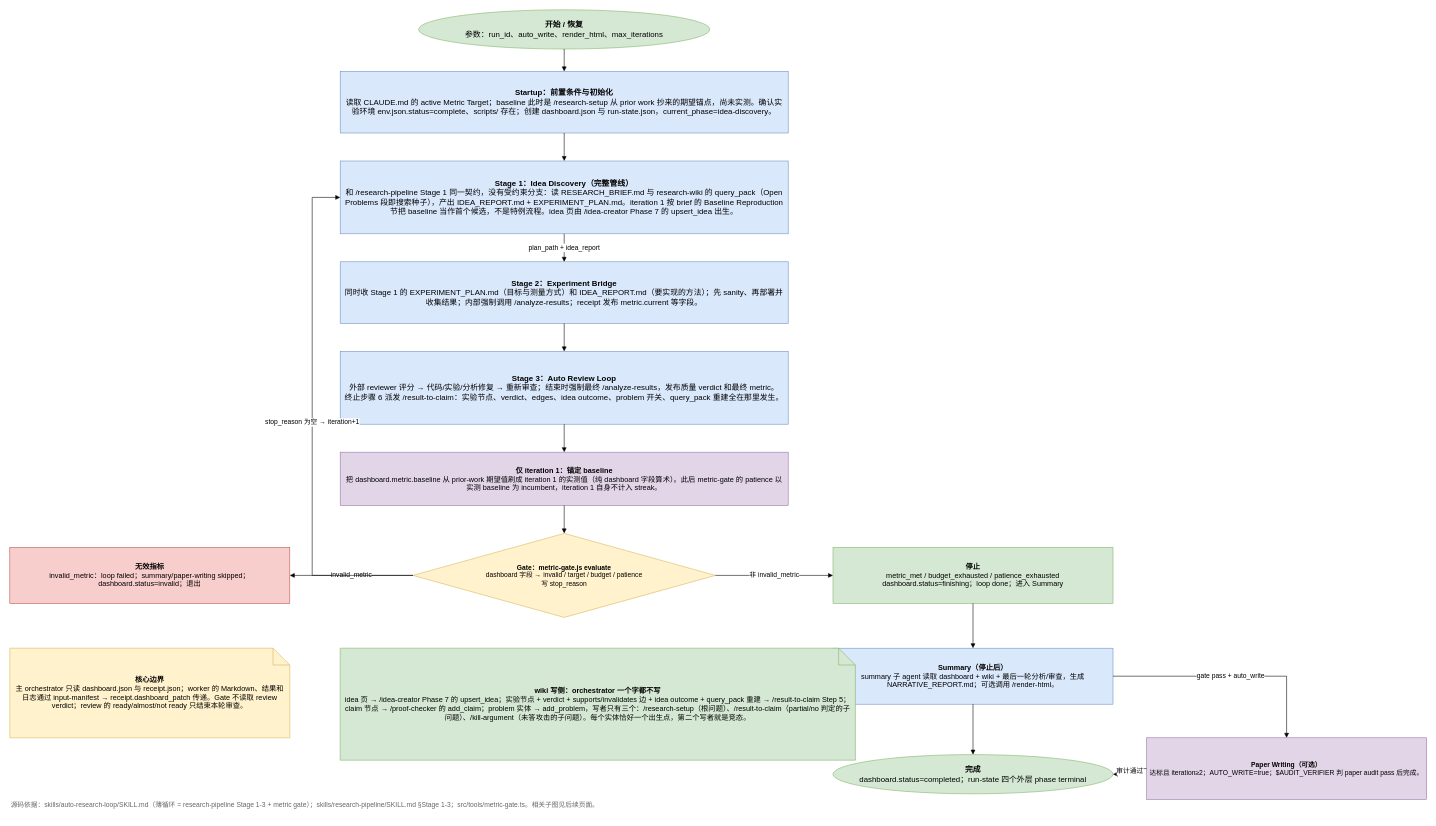
justforyou16007/paseo keeps this draw.io diagram as page "00 总流程" (1 of 12) of packages/Auto-claude-code-research-in-sleep/docs/auto-research-loop-flow.drawio. Above is the earlier version. Source tidied: cells renumbered, new cells numbered last; positions are measured from the earlier drawing's top-left corner, leaving out a move shared by most shapes. Both pictures are drawn from the tidied source at 56%, with x=0, y=0 at pixel (10, 10).
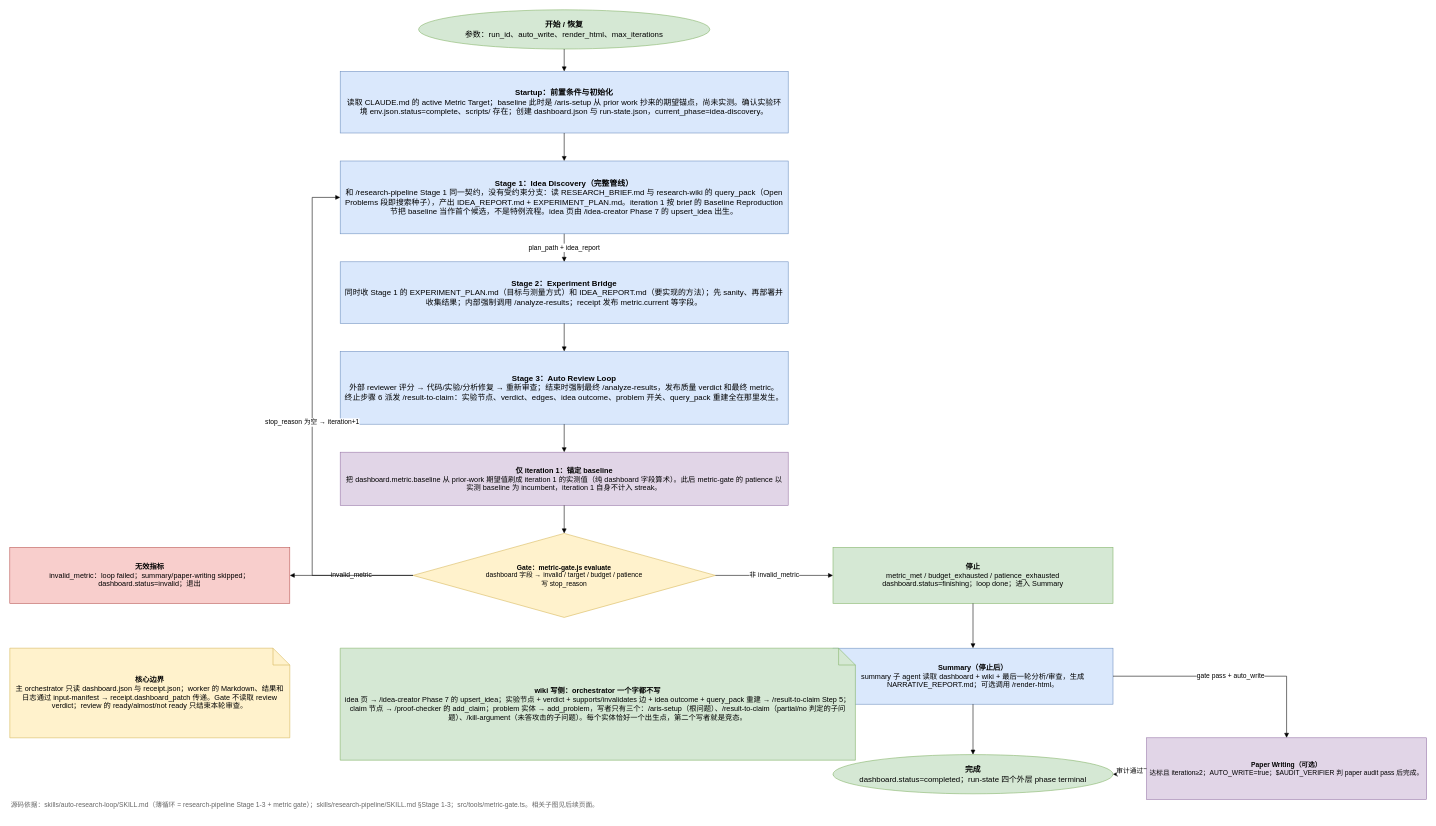
Above is the later version.

What changed in the source:
```diff
@@
-    <mxCell id="3" value="&lt;b&gt;Startup：前置条件与初始化&lt;/b&gt;&lt;br&gt;读取 CLAUDE.md 的 active Metric Target；baseline 此时是 /research-setup 从 prior work 抄来的期望锚点，尚未实测。确认实验环境 env.json.status=complete、scripts/ 存在；创建 dashboard.json 与 run-state.json，current_phase=idea-discovery。" style="rounded=0;whiteSpace=wrap;html=1;fillColor=#dae8fc;strokeColor=#6c8ebf;fontSize=14;spacing=8;" parent="1" vertex="1">
+    <mxCell id="3" value="&lt;b&gt;Startup：前置条件与初始化&lt;/b&gt;&lt;br&gt;读取 CLAUDE.md 的 active Metric Target；baseline 此时是 /aris-setup 从 prior work 抄来的期望锚点，尚未实测。确认实验环境 env.json.status=complete、scripts/ 存在；创建 dashboard.json 与 run-state.json，current_phase=idea-discovery。" style="rounded=0;whiteSpace=wrap;html=1;fillColor=#dae8fc;strokeColor=#6c8ebf;fontSize=14;spacing=8;" parent="1" vertex="1">
       <mxGeometry x="590" y="110" width="800" height="110" as="geometry" />
     </mxCell>
@@
-    <mxCell id="28" value="&lt;b&gt;wiki 写侧：orchestrator 一个字都不写&lt;/b&gt;&lt;br&gt;idea 页 → /idea-creator Phase 7 的 upsert_idea；实验节点 + verdict + supports/invalidates 边 + idea outcome + query_pack 重建 → /result-to-claim Step 5；claim 节点 → /proof-checker 的 add_claim；problem 实体 → add_problem，写者只有三个：/research-setup（根问题）、/result-to-claim（partial/no 判定的子问题）、/kill-argument（未答攻击的子问题）。每个实体恰好一个出生点，第二个写者就是竞态。" style="shape=note;whiteSpace=wrap;html=1;fillColor=#d5e8d4;strokeColor=#82b366;fontSize=13;spacing=8;" parent="1" vertex="1">
+    <mxCell id="28" value="&lt;b&gt;wiki 写侧：orchestrator 一个字都不写&lt;/b&gt;&lt;br&gt;idea 页 → /idea-creator Phase 7 的 upsert_idea；实验节点 + verdict + supports/invalidates 边 + idea outcome + query_pack 重建 → /result-to-claim Step 5；claim 节点 → /proof-checker 的 add_claim；problem 实体 → add_problem，写者只有三个：/aris-setup（根问题）、/result-to-claim（partial/no 判定的子问题）、/kill-argument（未答攻击的子问题）。每个实体恰好一个出生点，第二个写者就是竞态。" style="shape=note;whiteSpace=wrap;html=1;fillColor=#d5e8d4;strokeColor=#82b366;fontSize=13;spacing=8;" parent="1" vertex="1">
       <mxGeometry x="590" y="1140" width="920" height="200" as="geometry" />
     </mxCell>
```
